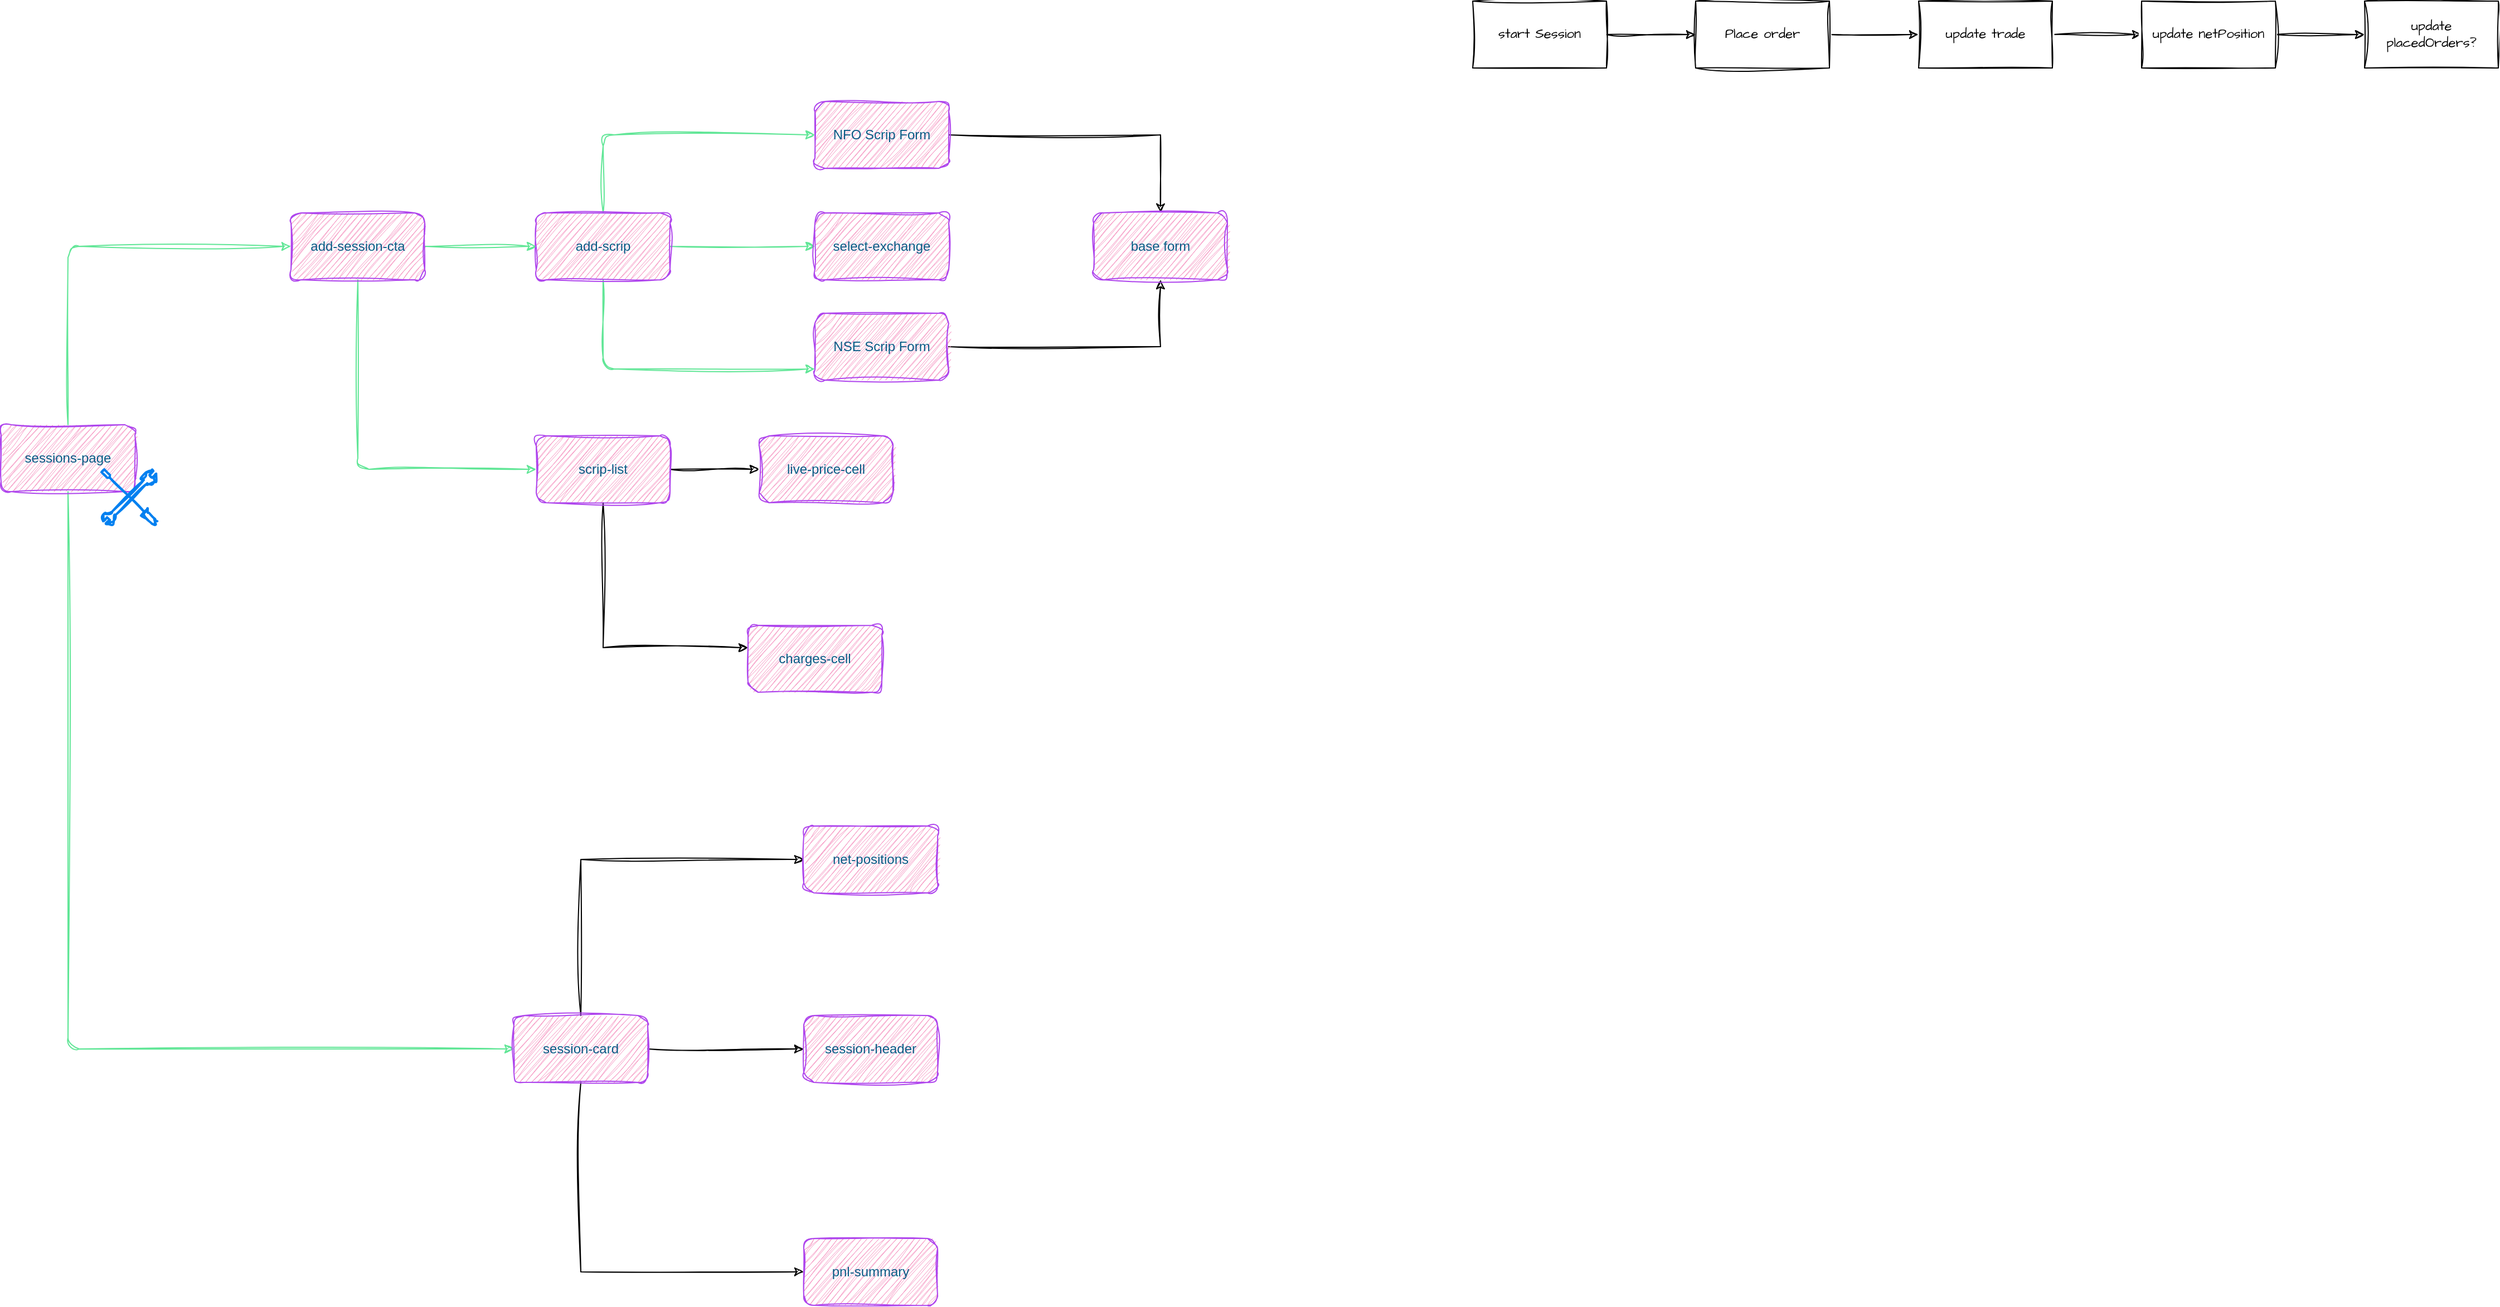
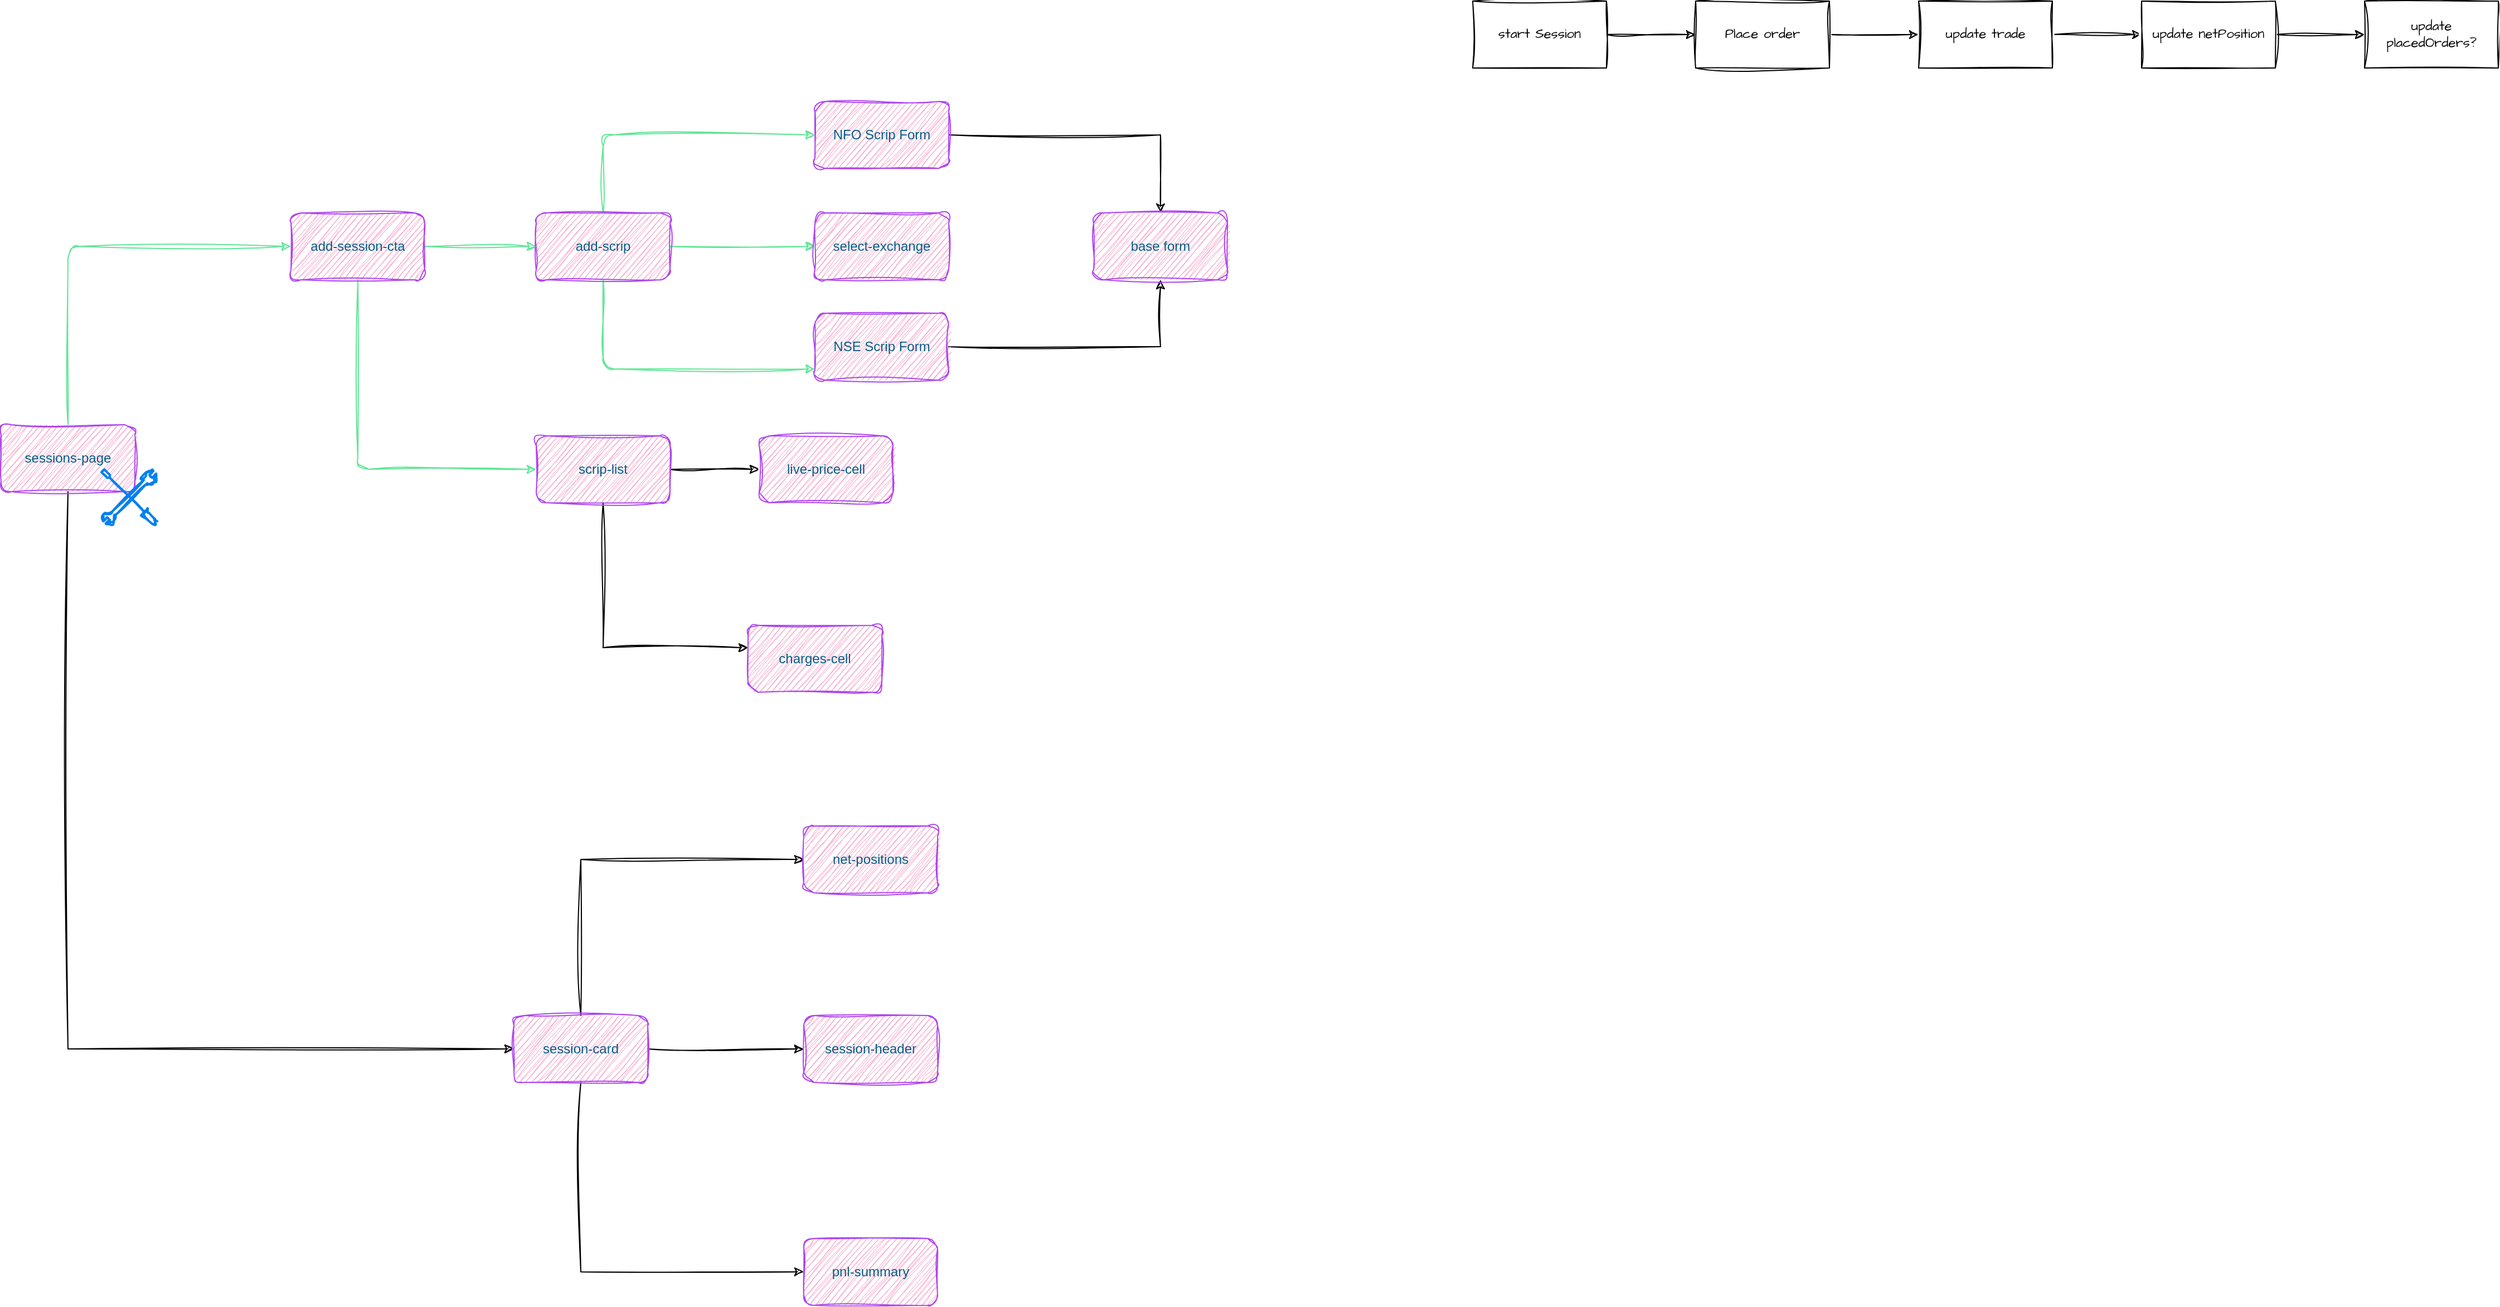
<mxfile host="app.diagrams.net" pages="5">
  <diagram id="wPQbEJP3DVO_ncDqMHqx" name="Sessions Page">
-     <mxGraphModel dx="2640" dy="1363" grid="1" gridSize="10" guides="1" tooltips="1" connect="1" arrows="1" fold="1" page="0" pageScale="1" pageWidth="402" pageHeight="874" math="0" shadow="0">
+     <mxGraphModel dx="2975" dy="1538" grid="1" gridSize="10" guides="1" tooltips="1" connect="1" arrows="1" fold="1" page="0" pageScale="1" pageWidth="402" pageHeight="874" math="0" shadow="0">
      <root>
        <mxCell id="0" />
        <mxCell id="1" parent="0" />
        <mxCell id="DB1AKVm6qyutKQlFYAWD-6" edge="1" parent="1" source="DB1AKVm6qyutKQlFYAWD-1" style="edgeStyle=orthogonalEdgeStyle;rounded=1;orthogonalLoop=1;jettySize=auto;html=1;sketch=1;curveFitting=1;jiggle=2;labelBackgroundColor=none;strokeColor=#60E696;fontColor=default;" target="DB1AKVm6qyutKQlFYAWD-5" value="">
          <mxGeometry relative="1" as="geometry" />
        </mxCell>
        <mxCell id="DB1AKVm6qyutKQlFYAWD-8" edge="1" parent="1" source="DB1AKVm6qyutKQlFYAWD-1" style="edgeStyle=orthogonalEdgeStyle;rounded=1;orthogonalLoop=1;jettySize=auto;html=1;sketch=1;curveFitting=1;jiggle=2;labelBackgroundColor=none;strokeColor=#60E696;fontColor=default;" target="DB1AKVm6qyutKQlFYAWD-7" value="">
          <mxGeometry relative="1" as="geometry">
            <Array as="points">
              <mxPoint x="120" y="270" />
            </Array>
          </mxGeometry>
        </mxCell>
        <mxCell id="DB1AKVm6qyutKQlFYAWD-10" edge="1" parent="1" source="DB1AKVm6qyutKQlFYAWD-1" style="edgeStyle=orthogonalEdgeStyle;rounded=1;orthogonalLoop=1;jettySize=auto;html=1;sketch=1;curveFitting=1;jiggle=2;labelBackgroundColor=none;strokeColor=#60E696;fontColor=default;" target="DB1AKVm6qyutKQlFYAWD-9" value="">
          <mxGeometry relative="1" as="geometry">
            <Array as="points">
              <mxPoint x="120" y="60" />
            </Array>
          </mxGeometry>
        </mxCell>
        <mxCell id="DB1AKVm6qyutKQlFYAWD-1" parent="1" style="rounded=1;whiteSpace=wrap;html=1;sketch=1;curveFitting=1;jiggle=2;labelBackgroundColor=none;fillColor=#F694C1;strokeColor=#AF45ED;fontColor=#095C86;" value="add-scrip" vertex="1">
          <mxGeometry height="60" width="120" x="60" y="130" as="geometry" />
        </mxCell>
        <mxCell id="DB1AKVm6qyutKQlFYAWD-4" edge="1" parent="1" source="DB1AKVm6qyutKQlFYAWD-3" style="edgeStyle=orthogonalEdgeStyle;rounded=1;orthogonalLoop=1;jettySize=auto;html=1;sketch=1;curveFitting=1;jiggle=2;labelBackgroundColor=none;strokeColor=#60E696;fontColor=default;" target="DB1AKVm6qyutKQlFYAWD-1" value="">
          <mxGeometry relative="1" as="geometry" />
        </mxCell>
        <mxCell id="DB1AKVm6qyutKQlFYAWD-12" edge="1" parent="1" source="DB1AKVm6qyutKQlFYAWD-3" style="edgeStyle=orthogonalEdgeStyle;rounded=1;orthogonalLoop=1;jettySize=auto;html=1;sketch=1;curveFitting=1;jiggle=2;labelBackgroundColor=none;strokeColor=#60E696;fontColor=default;" target="DB1AKVm6qyutKQlFYAWD-11" value="">
          <mxGeometry relative="1" as="geometry">
            <Array as="points">
              <mxPoint x="-100" y="360" />
            </Array>
          </mxGeometry>
        </mxCell>
        <mxCell id="DB1AKVm6qyutKQlFYAWD-3" parent="1" style="rounded=1;whiteSpace=wrap;html=1;sketch=1;curveFitting=1;jiggle=2;labelBackgroundColor=none;fillColor=#F694C1;strokeColor=#AF45ED;fontColor=#095C86;" value="add-session-cta" vertex="1">
          <mxGeometry height="60" width="120" x="-160" y="130" as="geometry" />
        </mxCell>
        <mxCell id="DB1AKVm6qyutKQlFYAWD-5" parent="1" style="whiteSpace=wrap;html=1;rounded=1;sketch=1;curveFitting=1;jiggle=2;labelBackgroundColor=none;fillColor=#F694C1;strokeColor=#AF45ED;fontColor=#095C86;" value="select-exchange" vertex="1">
          <mxGeometry height="60" width="120" x="310" y="130" as="geometry" />
        </mxCell>
        <mxCell id="ouMAoqMrmdJ_XqpmxOQB-3" edge="1" parent="1" source="DB1AKVm6qyutKQlFYAWD-7" style="edgeStyle=orthogonalEdgeStyle;rounded=0;sketch=1;hachureGap=4;jiggle=2;curveFitting=1;orthogonalLoop=1;jettySize=auto;html=1;fontFamily=Architects Daughter;fontSource=https%3A%2F%2Ffonts.googleapis.com%2Fcss%3Ffamily%3DArchitects%2BDaughter;" target="ouMAoqMrmdJ_XqpmxOQB-1">
          <mxGeometry relative="1" as="geometry" />
        </mxCell>
        <mxCell id="DB1AKVm6qyutKQlFYAWD-7" parent="1" style="whiteSpace=wrap;html=1;rounded=1;sketch=1;curveFitting=1;jiggle=2;labelBackgroundColor=none;fillColor=#F694C1;strokeColor=#AF45ED;fontColor=#095C86;" value="NSE Scrip Form" vertex="1">
          <mxGeometry height="60" width="120" x="310" y="220" as="geometry" />
        </mxCell>
        <mxCell id="ouMAoqMrmdJ_XqpmxOQB-2" edge="1" parent="1" source="DB1AKVm6qyutKQlFYAWD-9" style="edgeStyle=orthogonalEdgeStyle;rounded=0;sketch=1;hachureGap=4;jiggle=2;curveFitting=1;orthogonalLoop=1;jettySize=auto;html=1;fontFamily=Architects Daughter;fontSource=https%3A%2F%2Ffonts.googleapis.com%2Fcss%3Ffamily%3DArchitects%2BDaughter;" target="ouMAoqMrmdJ_XqpmxOQB-1" value="">
          <mxGeometry relative="1" as="geometry" />
        </mxCell>
        <mxCell id="DB1AKVm6qyutKQlFYAWD-9" parent="1" style="whiteSpace=wrap;html=1;rounded=1;sketch=1;curveFitting=1;jiggle=2;labelBackgroundColor=none;fillColor=#F694C1;strokeColor=#AF45ED;fontColor=#095C86;" value="NFO Scrip Form" vertex="1">
          <mxGeometry height="60" width="120" x="310" y="30" as="geometry" />
        </mxCell>
        <mxCell id="ouMAoqMrmdJ_XqpmxOQB-15" edge="1" parent="1" source="DB1AKVm6qyutKQlFYAWD-11" style="edgeStyle=orthogonalEdgeStyle;rounded=0;sketch=1;hachureGap=4;jiggle=2;curveFitting=1;orthogonalLoop=1;jettySize=auto;html=1;fontFamily=Architects Daughter;fontSource=https%3A%2F%2Ffonts.googleapis.com%2Fcss%3Ffamily%3DArchitects%2BDaughter;" target="ouMAoqMrmdJ_XqpmxOQB-14" value="">
          <mxGeometry relative="1" as="geometry" />
        </mxCell>
        <mxCell id="ouMAoqMrmdJ_XqpmxOQB-17" edge="1" parent="1" source="DB1AKVm6qyutKQlFYAWD-11" style="edgeStyle=orthogonalEdgeStyle;rounded=0;sketch=1;hachureGap=4;jiggle=2;curveFitting=1;orthogonalLoop=1;jettySize=auto;html=1;fontFamily=Architects Daughter;fontSource=https%3A%2F%2Ffonts.googleapis.com%2Fcss%3Ffamily%3DArchitects%2BDaughter;" target="ouMAoqMrmdJ_XqpmxOQB-16" value="">
          <mxGeometry relative="1" as="geometry">
            <Array as="points">
              <mxPoint x="120" y="520" />
            </Array>
          </mxGeometry>
        </mxCell>
        <mxCell id="DB1AKVm6qyutKQlFYAWD-11" parent="1" style="whiteSpace=wrap;html=1;rounded=1;sketch=1;curveFitting=1;jiggle=2;labelBackgroundColor=none;fillColor=#F694C1;strokeColor=#AF45ED;fontColor=#095C86;" value="scrip-list" vertex="1">
          <mxGeometry height="60" width="120" x="60" y="330" as="geometry" />
        </mxCell>
        <mxCell id="DB1AKVm6qyutKQlFYAWD-15" edge="1" parent="1" source="DB1AKVm6qyutKQlFYAWD-14" style="edgeStyle=orthogonalEdgeStyle;rounded=1;sketch=1;hachureGap=4;jiggle=2;curveFitting=1;orthogonalLoop=1;jettySize=auto;html=1;entryX=0;entryY=0.5;entryDx=0;entryDy=0;strokeColor=#60E696;fontFamily=Architects Daughter;fontSource=https%3A%2F%2Ffonts.googleapis.com%2Fcss%3Ffamily%3DArchitects%2BDaughter;fontColor=#095C86;fillColor=#F694C1;" target="DB1AKVm6qyutKQlFYAWD-3">
          <mxGeometry relative="1" as="geometry">
            <Array as="points">
              <mxPoint x="-360" y="160" />
            </Array>
          </mxGeometry>
        </mxCell>
-         <mxCell id="DB1AKVm6qyutKQlFYAWD-18" edge="1" parent="1" source="DB1AKVm6qyutKQlFYAWD-14" style="edgeStyle=orthogonalEdgeStyle;rounded=1;sketch=1;hachureGap=4;jiggle=2;curveFitting=1;orthogonalLoop=1;jettySize=auto;html=1;entryX=0;entryY=0.5;entryDx=0;entryDy=0;strokeColor=#60E696;fontFamily=Architects Daughter;fontSource=https%3A%2F%2Ffonts.googleapis.com%2Fcss%3Ffamily%3DArchitects%2BDaughter;fontColor=#095C86;fillColor=#F694C1;" target="ouMAoqMrmdJ_XqpmxOQB-19">
+         <mxCell id="ouMAoqMrmdJ_XqpmxOQB-28" edge="1" parent="1" source="DB1AKVm6qyutKQlFYAWD-14" style="edgeStyle=orthogonalEdgeStyle;rounded=0;sketch=1;hachureGap=4;jiggle=2;curveFitting=1;orthogonalLoop=1;jettySize=auto;html=1;entryX=0;entryY=0.5;entryDx=0;entryDy=0;fontFamily=Architects Daughter;fontSource=https%3A%2F%2Ffonts.googleapis.com%2Fcss%3Ffamily%3DArchitects%2BDaughter;" target="ouMAoqMrmdJ_XqpmxOQB-19">
          <mxGeometry relative="1" as="geometry">
            <Array as="points">
              <mxPoint x="-360" y="880" />
            </Array>
-             <mxPoint x="-160" y="880" as="targetPoint" />
          </mxGeometry>
        </mxCell>
        <mxCell id="DB1AKVm6qyutKQlFYAWD-14" parent="1" style="rounded=1;whiteSpace=wrap;html=1;sketch=1;curveFitting=1;jiggle=2;labelBackgroundColor=none;fillColor=#F694C1;strokeColor=#AF45ED;fontColor=#095C86;" value="sessions-page" vertex="1">
          <mxGeometry height="60" width="120" x="-420" y="320" as="geometry" />
        </mxCell>
        <mxCell id="ouMAoqMrmdJ_XqpmxOQB-1" parent="1" style="whiteSpace=wrap;html=1;fillColor=#F694C1;strokeColor=#AF45ED;fontColor=#095C86;rounded=1;sketch=1;curveFitting=1;jiggle=2;labelBackgroundColor=none;" value="base form" vertex="1">
          <mxGeometry height="60" width="120" x="560" y="130" as="geometry" />
        </mxCell>
        <mxCell id="ouMAoqMrmdJ_XqpmxOQB-6" edge="1" parent="1" source="ouMAoqMrmdJ_XqpmxOQB-4" style="edgeStyle=orthogonalEdgeStyle;rounded=0;sketch=1;hachureGap=4;jiggle=2;curveFitting=1;orthogonalLoop=1;jettySize=auto;html=1;fontFamily=Architects Daughter;fontSource=https%3A%2F%2Ffonts.googleapis.com%2Fcss%3Ffamily%3DArchitects%2BDaughter;" target="ouMAoqMrmdJ_XqpmxOQB-5" value="">
          <mxGeometry relative="1" as="geometry" />
        </mxCell>
        <mxCell id="ouMAoqMrmdJ_XqpmxOQB-4" parent="1" style="whiteSpace=wrap;html=1;sketch=1;hachureGap=4;jiggle=2;curveFitting=1;fontFamily=Architects Daughter;fontSource=https%3A%2F%2Ffonts.googleapis.com%2Fcss%3Ffamily%3DArchitects%2BDaughter;" value="start Session" vertex="1">
          <mxGeometry height="60" width="120" x="900" y="-60" as="geometry" />
        </mxCell>
        <mxCell id="ouMAoqMrmdJ_XqpmxOQB-8" edge="1" parent="1" source="ouMAoqMrmdJ_XqpmxOQB-5" style="edgeStyle=orthogonalEdgeStyle;rounded=0;sketch=1;hachureGap=4;jiggle=2;curveFitting=1;orthogonalLoop=1;jettySize=auto;html=1;fontFamily=Architects Daughter;fontSource=https%3A%2F%2Ffonts.googleapis.com%2Fcss%3Ffamily%3DArchitects%2BDaughter;" target="ouMAoqMrmdJ_XqpmxOQB-7" value="">
          <mxGeometry relative="1" as="geometry" />
        </mxCell>
        <mxCell id="ouMAoqMrmdJ_XqpmxOQB-5" parent="1" style="whiteSpace=wrap;html=1;fontFamily=Architects Daughter;sketch=1;hachureGap=4;jiggle=2;curveFitting=1;fontSource=https%3A%2F%2Ffonts.googleapis.com%2Fcss%3Ffamily%3DArchitects%2BDaughter;" value="Place order" vertex="1">
          <mxGeometry height="60" width="120" x="1100" y="-60" as="geometry" />
        </mxCell>
        <mxCell id="ouMAoqMrmdJ_XqpmxOQB-10" edge="1" parent="1" source="ouMAoqMrmdJ_XqpmxOQB-7" style="edgeStyle=orthogonalEdgeStyle;rounded=0;sketch=1;hachureGap=4;jiggle=2;curveFitting=1;orthogonalLoop=1;jettySize=auto;html=1;fontFamily=Architects Daughter;fontSource=https%3A%2F%2Ffonts.googleapis.com%2Fcss%3Ffamily%3DArchitects%2BDaughter;" target="ouMAoqMrmdJ_XqpmxOQB-9" value="">
          <mxGeometry relative="1" as="geometry" />
        </mxCell>
        <mxCell id="ouMAoqMrmdJ_XqpmxOQB-7" parent="1" style="whiteSpace=wrap;html=1;fontFamily=Architects Daughter;sketch=1;hachureGap=4;jiggle=2;curveFitting=1;fontSource=https%3A%2F%2Ffonts.googleapis.com%2Fcss%3Ffamily%3DArchitects%2BDaughter;" value="update trade" vertex="1">
          <mxGeometry height="60" width="120" x="1300" y="-60" as="geometry" />
        </mxCell>
        <mxCell id="ouMAoqMrmdJ_XqpmxOQB-12" edge="1" parent="1" source="ouMAoqMrmdJ_XqpmxOQB-9" style="edgeStyle=orthogonalEdgeStyle;rounded=0;sketch=1;hachureGap=4;jiggle=2;curveFitting=1;orthogonalLoop=1;jettySize=auto;html=1;fontFamily=Architects Daughter;fontSource=https%3A%2F%2Ffonts.googleapis.com%2Fcss%3Ffamily%3DArchitects%2BDaughter;" target="ouMAoqMrmdJ_XqpmxOQB-11" value="">
          <mxGeometry relative="1" as="geometry" />
        </mxCell>
        <mxCell id="ouMAoqMrmdJ_XqpmxOQB-9" parent="1" style="whiteSpace=wrap;html=1;fontFamily=Architects Daughter;sketch=1;hachureGap=4;jiggle=2;curveFitting=1;fontSource=https%3A%2F%2Ffonts.googleapis.com%2Fcss%3Ffamily%3DArchitects%2BDaughter;" value="update netPosition" vertex="1">
          <mxGeometry height="60" width="120" x="1500" y="-60" as="geometry" />
        </mxCell>
        <mxCell id="ouMAoqMrmdJ_XqpmxOQB-11" parent="1" style="whiteSpace=wrap;html=1;fontFamily=Architects Daughter;sketch=1;hachureGap=4;jiggle=2;curveFitting=1;fontSource=https%3A%2F%2Ffonts.googleapis.com%2Fcss%3Ffamily%3DArchitects%2BDaughter;" value="update placedOrders?" vertex="1">
          <mxGeometry height="60" width="120" x="1700" y="-60" as="geometry" />
        </mxCell>
        <mxCell id="ouMAoqMrmdJ_XqpmxOQB-13" parent="1" style="html=1;verticalLabelPosition=bottom;align=center;labelBackgroundColor=#ffffff;verticalAlign=top;strokeWidth=2;strokeColor=#0080F0;shadow=0;dashed=0;shape=mxgraph.ios7.icons.tools;pointerEvents=1;sketch=1;hachureGap=4;jiggle=2;curveFitting=1;fontFamily=Architects Daughter;fontSource=https%3A%2F%2Ffonts.googleapis.com%2Fcss%3Ffamily%3DArchitects%2BDaughter;" value="" vertex="1">
          <mxGeometry height="50" width="50" x="-330" y="360" as="geometry" />
        </mxCell>
        <mxCell id="ouMAoqMrmdJ_XqpmxOQB-14" parent="1" style="whiteSpace=wrap;html=1;fillColor=#F694C1;strokeColor=#AF45ED;fontColor=#095C86;rounded=1;sketch=1;curveFitting=1;jiggle=2;labelBackgroundColor=none;" value="live-price-cell" vertex="1">
          <mxGeometry height="60" width="120" x="260" y="330" as="geometry" />
        </mxCell>
        <mxCell id="ouMAoqMrmdJ_XqpmxOQB-16" parent="1" style="whiteSpace=wrap;html=1;fillColor=#F694C1;strokeColor=#AF45ED;fontColor=#095C86;rounded=1;sketch=1;curveFitting=1;jiggle=2;labelBackgroundColor=none;" value="charges-cell" vertex="1">
          <mxGeometry height="60" width="120" x="250" y="500" as="geometry" />
        </mxCell>
        <mxCell id="ouMAoqMrmdJ_XqpmxOQB-22" edge="1" parent="1" source="ouMAoqMrmdJ_XqpmxOQB-19" style="edgeStyle=orthogonalEdgeStyle;rounded=0;sketch=1;hachureGap=4;jiggle=2;curveFitting=1;orthogonalLoop=1;jettySize=auto;html=1;fontFamily=Architects Daughter;fontSource=https%3A%2F%2Ffonts.googleapis.com%2Fcss%3Ffamily%3DArchitects%2BDaughter;" target="ouMAoqMrmdJ_XqpmxOQB-21" value="">
          <mxGeometry relative="1" as="geometry" />
        </mxCell>
        <mxCell id="ouMAoqMrmdJ_XqpmxOQB-25" edge="1" parent="1" source="ouMAoqMrmdJ_XqpmxOQB-19" style="edgeStyle=orthogonalEdgeStyle;rounded=0;sketch=1;hachureGap=4;jiggle=2;curveFitting=1;orthogonalLoop=1;jettySize=auto;html=1;entryX=0;entryY=0.5;entryDx=0;entryDy=0;fontFamily=Architects Daughter;fontSource=https%3A%2F%2Ffonts.googleapis.com%2Fcss%3Ffamily%3DArchitects%2BDaughter;" target="ouMAoqMrmdJ_XqpmxOQB-23">
          <mxGeometry relative="1" as="geometry">
            <Array as="points">
              <mxPoint x="100" y="710" />
            </Array>
          </mxGeometry>
        </mxCell>
        <mxCell id="ouMAoqMrmdJ_XqpmxOQB-27" edge="1" parent="1" source="ouMAoqMrmdJ_XqpmxOQB-19" style="edgeStyle=orthogonalEdgeStyle;rounded=0;sketch=1;hachureGap=4;jiggle=2;curveFitting=1;orthogonalLoop=1;jettySize=auto;html=1;fontFamily=Architects Daughter;fontSource=https%3A%2F%2Ffonts.googleapis.com%2Fcss%3Ffamily%3DArchitects%2BDaughter;" target="ouMAoqMrmdJ_XqpmxOQB-26" value="">
          <mxGeometry relative="1" as="geometry">
            <Array as="points">
              <mxPoint x="100" y="1080" />
            </Array>
          </mxGeometry>
        </mxCell>
        <mxCell id="ouMAoqMrmdJ_XqpmxOQB-19" parent="1" style="whiteSpace=wrap;html=1;fillColor=#F694C1;strokeColor=#AF45ED;fontColor=#095C86;rounded=1;sketch=1;curveFitting=1;jiggle=2;labelBackgroundColor=none;" value="session-card" vertex="1">
          <mxGeometry height="60" width="120" x="40" y="850" as="geometry" />
        </mxCell>
        <mxCell id="ouMAoqMrmdJ_XqpmxOQB-21" parent="1" style="whiteSpace=wrap;html=1;fillColor=#F694C1;strokeColor=#AF45ED;fontColor=#095C86;rounded=1;sketch=1;curveFitting=1;jiggle=2;labelBackgroundColor=none;" value="session-header" vertex="1">
          <mxGeometry height="60" width="120" x="300" y="850" as="geometry" />
        </mxCell>
        <mxCell id="ouMAoqMrmdJ_XqpmxOQB-23" parent="1" style="whiteSpace=wrap;html=1;fillColor=#F694C1;strokeColor=#AF45ED;fontColor=#095C86;rounded=1;sketch=1;curveFitting=1;jiggle=2;labelBackgroundColor=none;" value="net-positions" vertex="1">
          <mxGeometry height="60" width="120" x="300" y="680" as="geometry" />
        </mxCell>
        <mxCell id="ouMAoqMrmdJ_XqpmxOQB-26" parent="1" style="whiteSpace=wrap;html=1;fillColor=#F694C1;strokeColor=#AF45ED;fontColor=#095C86;rounded=1;sketch=1;curveFitting=1;jiggle=2;labelBackgroundColor=none;" value="pnl-summary" vertex="1">
          <mxGeometry height="60" width="120" x="300" y="1050" as="geometry" />
        </mxCell>
      </root>
    </mxGraphModel>
  </diagram>
  <diagram id="YVkBlKKJ4RNEtawBKbZk" name="Session">
    <mxGraphModel dx="1357" dy="626" grid="1" gridSize="10" guides="1" tooltips="1" connect="1" arrows="1" fold="1" page="0" pageScale="1" pageWidth="402" pageHeight="874" math="0" shadow="0">
      <root>
        <mxCell id="0" />
        <mxCell id="1" parent="0" />
        <mxCell id="b8iQl_XISdQ6rZ6kNcMQ-3" edge="1" parent="1" source="b8iQl_XISdQ6rZ6kNcMQ-1" style="edgeStyle=orthogonalEdgeStyle;rounded=0;orthogonalLoop=1;jettySize=auto;html=1;" target="b8iQl_XISdQ6rZ6kNcMQ-2" value="">
          <mxGeometry relative="1" as="geometry" />
        </mxCell>
        <mxCell id="b8iQl_XISdQ6rZ6kNcMQ-1" parent="1" style="rounded=1;whiteSpace=wrap;html=1;" value="start session" vertex="1">
          <mxGeometry height="60" width="120" x="-200" y="80" as="geometry" />
        </mxCell>
        <mxCell id="b8iQl_XISdQ6rZ6kNcMQ-5" edge="1" parent="1" source="b8iQl_XISdQ6rZ6kNcMQ-2" style="edgeStyle=orthogonalEdgeStyle;rounded=0;orthogonalLoop=1;jettySize=auto;html=1;" target="b8iQl_XISdQ6rZ6kNcMQ-4" value="">
          <mxGeometry relative="1" as="geometry" />
        </mxCell>
        <mxCell id="b8iQl_XISdQ6rZ6kNcMQ-2" parent="1" style="whiteSpace=wrap;html=1;rounded=1;" value="place orders&amp;nbsp;&lt;br&gt;(all or none)" vertex="1">
          <mxGeometry height="60" width="120" y="80" as="geometry" />
        </mxCell>
        <mxCell id="b8iQl_XISdQ6rZ6kNcMQ-7" edge="1" parent="1" source="b8iQl_XISdQ6rZ6kNcMQ-4" style="edgeStyle=orthogonalEdgeStyle;rounded=0;orthogonalLoop=1;jettySize=auto;html=1;" target="b8iQl_XISdQ6rZ6kNcMQ-6" value="">
          <mxGeometry relative="1" as="geometry" />
        </mxCell>
        <mxCell id="b8iQl_XISdQ6rZ6kNcMQ-4" parent="1" style="whiteSpace=wrap;html=1;rounded=1;" value="update margins" vertex="1">
          <mxGeometry height="60" width="120" x="200" y="80" as="geometry" />
        </mxCell>
        <mxCell id="b8iQl_XISdQ6rZ6kNcMQ-6" parent="1" style="whiteSpace=wrap;html=1;rounded=1;" value="create session" vertex="1">
          <mxGeometry height="60" width="120" x="200" y="200" as="geometry" />
        </mxCell>
        <mxCell id="b8iQl_XISdQ6rZ6kNcMQ-8" parent="1" style="rounded=1;whiteSpace=wrap;html=1;fillColor=#fff2cc;strokeColor=#d6b656;" value="firebase" vertex="1">
          <mxGeometry height="40" width="80" x="300" y="190" as="geometry" />
        </mxCell>
        <mxCell id="b8iQl_XISdQ6rZ6kNcMQ-9" parent="1" style="rounded=1;whiteSpace=wrap;html=1;fillColor=#fff2cc;strokeColor=#d6b656;" value="kite" vertex="1">
          <mxGeometry height="40" width="80" x="80" y="50" as="geometry" />
        </mxCell>
        <mxCell id="b8iQl_XISdQ6rZ6kNcMQ-10" parent="1" style="rounded=1;whiteSpace=wrap;html=1;fillColor=#fff2cc;strokeColor=#d6b656;" value="firebase" vertex="1">
          <mxGeometry height="40" width="80" x="290" y="60" as="geometry" />
        </mxCell>
      </root>
    </mxGraphModel>
  </diagram>
  <diagram id="4KjMPYYtLXdBkkJX1B08" name="Auth">
    <mxGraphModel dx="1276" dy="835" grid="0" gridSize="10" guides="1" tooltips="1" connect="1" arrows="1" fold="1" page="0" pageScale="1" pageWidth="402" pageHeight="874" math="0" shadow="0">
      <root>
        <mxCell id="0" />
        <mxCell id="1" parent="0" />
        <mxCell id="pPH6oVQiPgVcm9OUePWL-3" edge="1" parent="1" source="pPH6oVQiPgVcm9OUePWL-1" style="edgeStyle=orthogonalEdgeStyle;rounded=0;orthogonalLoop=1;jettySize=auto;html=1;" target="pPH6oVQiPgVcm9OUePWL-2" value="">
          <mxGeometry relative="1" as="geometry" />
        </mxCell>
        <mxCell id="pPH6oVQiPgVcm9OUePWL-1" parent="1" style="rounded=1;whiteSpace=wrap;html=1;" value="User clicks &quot;Login&quot; Button" vertex="1">
          <mxGeometry height="60" width="120" x="23" y="101" as="geometry" />
        </mxCell>
        <mxCell id="pPH6oVQiPgVcm9OUePWL-5" edge="1" parent="1" source="pPH6oVQiPgVcm9OUePWL-2" style="edgeStyle=orthogonalEdgeStyle;rounded=0;orthogonalLoop=1;jettySize=auto;html=1;" target="pPH6oVQiPgVcm9OUePWL-4" value="">
          <mxGeometry relative="1" as="geometry" />
        </mxCell>
        <mxCell id="pPH6oVQiPgVcm9OUePWL-2" parent="1" style="whiteSpace=wrap;html=1;rounded=1;" value="Open the Login URL" vertex="1">
          <mxGeometry height="60" width="120" x="223" y="101" as="geometry" />
        </mxCell>
        <mxCell id="pPH6oVQiPgVcm9OUePWL-7" edge="1" parent="1" source="pPH6oVQiPgVcm9OUePWL-4" style="edgeStyle=orthogonalEdgeStyle;rounded=0;orthogonalLoop=1;jettySize=auto;html=1;" target="pPH6oVQiPgVcm9OUePWL-6" value="">
          <mxGeometry relative="1" as="geometry" />
        </mxCell>
        <mxCell id="pPH6oVQiPgVcm9OUePWL-4" parent="1" style="whiteSpace=wrap;html=1;rounded=1;" value="User logins to Zerodha" vertex="1">
          <mxGeometry height="60" width="120" x="423" y="101" as="geometry" />
        </mxCell>
        <mxCell id="pPH6oVQiPgVcm9OUePWL-9" edge="1" parent="1" source="pPH6oVQiPgVcm9OUePWL-6" style="edgeStyle=orthogonalEdgeStyle;rounded=0;orthogonalLoop=1;jettySize=auto;html=1;" target="pPH6oVQiPgVcm9OUePWL-8" value="">
          <mxGeometry relative="1" as="geometry" />
        </mxCell>
        <mxCell id="pPH6oVQiPgVcm9OUePWL-6" parent="1" style="whiteSpace=wrap;html=1;rounded=1;" value="Redirected to callback URL with request_token&lt;br&gt;&lt;b&gt;http://localhost:3000/api/auth/kite/callback&lt;/b&gt;" vertex="1">
          <mxGeometry height="60" width="262" x="352" y="244" as="geometry" />
        </mxCell>
        <mxCell id="pPH6oVQiPgVcm9OUePWL-13" edge="1" parent="1" source="pPH6oVQiPgVcm9OUePWL-8" style="edgeStyle=orthogonalEdgeStyle;rounded=0;orthogonalLoop=1;jettySize=auto;html=1;" target="pPH6oVQiPgVcm9OUePWL-12" value="">
          <mxGeometry relative="1" as="geometry" />
        </mxCell>
        <mxCell id="pPH6oVQiPgVcm9OUePWL-8" parent="1" style="whiteSpace=wrap;html=1;rounded=1;" value="In loader for this route, generate the session" vertex="1">
          <mxGeometry height="60" width="120" x="17" y="244" as="geometry" />
        </mxCell>
        <mxCell id="pPH6oVQiPgVcm9OUePWL-15" edge="1" parent="1" source="pPH6oVQiPgVcm9OUePWL-12" style="edgeStyle=orthogonalEdgeStyle;rounded=0;orthogonalLoop=1;jettySize=auto;html=1;" target="pPH6oVQiPgVcm9OUePWL-14" value="">
          <mxGeometry relative="1" as="geometry" />
        </mxCell>
        <mxCell id="pPH6oVQiPgVcm9OUePWL-12" parent="1" style="whiteSpace=wrap;html=1;rounded=1;" value="Serialize and save the access token in cookie" vertex="1">
          <mxGeometry height="60" width="120" x="17" y="384" as="geometry" />
        </mxCell>
        <mxCell id="pPH6oVQiPgVcm9OUePWL-17" edge="1" parent="1" source="pPH6oVQiPgVcm9OUePWL-14" style="edgeStyle=orthogonalEdgeStyle;rounded=0;orthogonalLoop=1;jettySize=auto;html=1;" target="pPH6oVQiPgVcm9OUePWL-16" value="">
          <mxGeometry relative="1" as="geometry" />
        </mxCell>
        <mxCell id="pPH6oVQiPgVcm9OUePWL-14" parent="1" style="whiteSpace=wrap;html=1;rounded=1;" value="redirect to /dashboard" vertex="1">
          <mxGeometry height="60" width="120" x="217" y="384" as="geometry" />
        </mxCell>
        <mxCell id="pPH6oVQiPgVcm9OUePWL-19" edge="1" parent="1" source="pPH6oVQiPgVcm9OUePWL-16" style="edgeStyle=orthogonalEdgeStyle;rounded=0;orthogonalLoop=1;jettySize=auto;html=1;" target="pPH6oVQiPgVcm9OUePWL-18" value="">
          <mxGeometry relative="1" as="geometry" />
        </mxCell>
        <mxCell id="pPH6oVQiPgVcm9OUePWL-16" parent="1" style="whiteSpace=wrap;html=1;rounded=1;" value="in dashboard loader, get the access token from the cookie and send it to client" vertex="1">
          <mxGeometry height="60" width="120" x="417" y="384" as="geometry" />
        </mxCell>
        <mxCell id="pPH6oVQiPgVcm9OUePWL-21" edge="1" parent="1" source="pPH6oVQiPgVcm9OUePWL-18" style="edgeStyle=orthogonalEdgeStyle;rounded=0;orthogonalLoop=1;jettySize=auto;html=1;" target="pPH6oVQiPgVcm9OUePWL-20" value="">
          <mxGeometry relative="1" as="geometry" />
        </mxCell>
        <mxCell id="pPH6oVQiPgVcm9OUePWL-18" parent="1" style="whiteSpace=wrap;html=1;rounded=1;" value="front-end creates the kc client with api_key and access_token.&amp;nbsp;&amp;nbsp;" vertex="1">
          <mxGeometry height="60" width="120" x="617" y="384" as="geometry" />
        </mxCell>
        <mxCell id="pPH6oVQiPgVcm9OUePWL-20" parent="1" style="whiteSpace=wrap;html=1;rounded=1;" value="use kc client for calling Kite APIs" vertex="1">
          <mxGeometry height="60" width="120" x="617" y="524" as="geometry" />
        </mxCell>
      </root>
    </mxGraphModel>
  </diagram>
  <diagram name="UI/UX" id="5MV4RERJIjpIYta4IkZD">
    <mxGraphModel dx="3134" dy="2189" grid="0" gridSize="10" guides="1" tooltips="1" connect="1" arrows="1" fold="1" page="0" pageScale="1" pageWidth="402" pageHeight="874" background="#ffffff" math="0" shadow="0">
      <root>
        <mxCell id="0" />
        <mxCell id="1" parent="0" />
        <mxCell id="ExlUUjPYo0Ii6ma58Pc_-14" parent="1" style="rounded=1;whiteSpace=wrap;html=1;" value="" vertex="1">
          <mxGeometry height="321" width="1097" x="-296" y="-20" as="geometry" />
        </mxCell>
        <mxCell id="ExlUUjPYo0Ii6ma58Pc_-13" parent="1" style="rounded=1;whiteSpace=wrap;html=1;" value="" vertex="1">
          <mxGeometry height="321" width="1097" x="-287" y="732" as="geometry" />
        </mxCell>
        <mxCell id="iMmVTYed4h1aN_pzg3ix-1" parent="1" style="text;html=1;whiteSpace=wrap;strokeColor=none;fillColor=none;align=center;verticalAlign=middle;rounded=0;fontStyle=1;fontSize=48;fontColor=light-dark(#7a7978, #ededed);" value="Net Qty." vertex="1">
          <mxGeometry height="59" width="60" x="-120" y="72" as="geometry" />
        </mxCell>
        <mxCell id="iMmVTYed4h1aN_pzg3ix-2" parent="1" style="text;html=1;whiteSpace=wrap;strokeColor=none;fillColor=none;align=center;verticalAlign=middle;rounded=0;fontStyle=1;fontSize=48;fontColor=light-dark(#7a7978, #ededed);" value="AVG. PRICE" vertex="1">
          <mxGeometry height="59" width="60" x="149" y="61" as="geometry" />
        </mxCell>
        <mxCell id="iMmVTYed4h1aN_pzg3ix-3" parent="1" style="text;html=1;whiteSpace=wrap;strokeColor=none;fillColor=none;align=center;verticalAlign=middle;rounded=0;fontStyle=1;fontSize=48;fontColor=light-dark(#7a7978, #ededed);" value="LTP" vertex="1">
          <mxGeometry height="59" width="60" x="418" y="61" as="geometry" />
        </mxCell>
        <mxCell id="iMmVTYed4h1aN_pzg3ix-4" parent="1" style="text;html=1;whiteSpace=wrap;strokeColor=none;fillColor=none;align=center;verticalAlign=middle;rounded=0;fontStyle=1;fontSize=48;fontColor=light-dark(#7a7978, #ededed);" value="PnL" vertex="1">
          <mxGeometry height="59" width="60" x="687" y="61" as="geometry" />
        </mxCell>
        <mxCell id="iMmVTYed4h1aN_pzg3ix-5" parent="1" style="text;html=1;whiteSpace=wrap;strokeColor=none;fillColor=none;align=center;verticalAlign=middle;rounded=0;fontSize=36;fontStyle=1" value="100" vertex="1">
          <mxGeometry height="30" width="60" x="-120" y="211" as="geometry" />
        </mxCell>
        <mxCell id="iMmVTYed4h1aN_pzg3ix-6" parent="1" style="text;html=1;whiteSpace=wrap;strokeColor=none;fillColor=none;align=center;verticalAlign=middle;rounded=0;fontSize=36;fontStyle=1" value="36.40" vertex="1">
          <mxGeometry height="30" width="60" x="149" y="211" as="geometry" />
        </mxCell>
        <mxCell id="iMmVTYed4h1aN_pzg3ix-7" parent="1" style="text;html=1;whiteSpace=wrap;strokeColor=none;fillColor=none;align=center;verticalAlign=middle;rounded=0;fontSize=36;fontStyle=1" value="37.45" vertex="1">
          <mxGeometry height="30" width="60" x="418" y="211" as="geometry" />
        </mxCell>
        <mxCell id="iMmVTYed4h1aN_pzg3ix-8" parent="1" style="text;html=1;whiteSpace=wrap;strokeColor=none;fillColor=none;align=center;verticalAlign=middle;rounded=0;fontSize=36;fontStyle=1" value="100" vertex="1">
          <mxGeometry height="30" width="60" x="687" y="211" as="geometry" />
        </mxCell>
        <mxCell id="7si3vGMUa6yKKs87A3T9-2" edge="1" parent="1" source="7si3vGMUa6yKKs87A3T9-1" style="edgeStyle=orthogonalEdgeStyle;rounded=0;orthogonalLoop=1;jettySize=auto;html=1;exitX=0.5;exitY=0;exitDx=0;exitDy=0;entryX=0;entryY=0.5;entryDx=0;entryDy=0;" target="iMmVTYed4h1aN_pzg3ix-5">
          <mxGeometry relative="1" as="geometry">
            <Array as="points">
              <mxPoint x="-283" y="227" />
              <mxPoint x="-139" y="227" />
            </Array>
            <mxPoint x="-139.09090909090924" y="259.27272727272725" as="targetPoint" />
          </mxGeometry>
        </mxCell>
        <mxCell id="7si3vGMUa6yKKs87A3T9-1" parent="1" style="text;html=1;whiteSpace=wrap;strokeColor=none;fillColor=none;align=center;verticalAlign=middle;rounded=0;fontStyle=1" value="Red color if negative, blue color if positive" vertex="1">
          <mxGeometry height="70" width="129" x="-347" y="453" as="geometry" />
        </mxCell>
        <mxCell id="7si3vGMUa6yKKs87A3T9-4" edge="1" parent="1" source="7si3vGMUa6yKKs87A3T9-3" style="edgeStyle=orthogonalEdgeStyle;rounded=0;orthogonalLoop=1;jettySize=auto;html=1;entryX=0.5;entryY=1;entryDx=0;entryDy=0;" target="iMmVTYed4h1aN_pzg3ix-8">
          <mxGeometry relative="1" as="geometry" />
        </mxCell>
        <mxCell id="7si3vGMUa6yKKs87A3T9-3" parent="1" style="text;html=1;whiteSpace=wrap;strokeColor=none;fillColor=none;align=center;verticalAlign=middle;rounded=0;fontStyle=1" value="Red color if negative, blue color if positive" vertex="1">
          <mxGeometry height="70" width="129" x="681" y="398" as="geometry" />
        </mxCell>
        <mxCell id="7si3vGMUa6yKKs87A3T9-5" parent="1" style="text;html=1;whiteSpace=wrap;strokeColor=none;fillColor=none;align=center;verticalAlign=middle;rounded=0;" value="Will receive the following props:&lt;br&gt;netQuantity: number;&lt;br&gt;&lt;div&gt;averagePrice: number&lt;/div&gt;&lt;div&gt;ltp: number;&lt;/div&gt;" vertex="1">
          <mxGeometry height="101" width="203" x="-25" y="355" as="geometry" />
        </mxCell>
        <mxCell id="7si3vGMUa6yKKs87A3T9-6" parent="1" style="text;html=1;whiteSpace=wrap;strokeColor=none;fillColor=none;align=center;verticalAlign=middle;rounded=0;" value="PnL needs to be calculated by the component" vertex="1">
          <mxGeometry height="101" width="203" x="-21" y="482" as="geometry" />
        </mxCell>
        <mxCell id="7si3vGMUa6yKKs87A3T9-7" parent="1" style="text;html=1;whiteSpace=wrap;strokeColor=none;fillColor=none;align=center;verticalAlign=middle;rounded=0;fontStyle=1;fontSize=48;fontColor=light-dark(#7a7978, #ededed);" value="Net Qty." vertex="1">
          <mxGeometry height="59" width="60" x="-186" y="816" as="geometry" />
        </mxCell>
        <mxCell id="7si3vGMUa6yKKs87A3T9-8" parent="1" style="text;html=1;whiteSpace=wrap;strokeColor=none;fillColor=none;align=center;verticalAlign=middle;rounded=0;fontStyle=1;fontSize=48;fontColor=light-dark(#7a7978, #ededed);" value="AVG. PRICE" vertex="1">
          <mxGeometry height="59" width="60" x="83" y="805" as="geometry" />
        </mxCell>
        <mxCell id="7si3vGMUa6yKKs87A3T9-9" parent="1" style="text;html=1;whiteSpace=wrap;strokeColor=none;fillColor=none;align=center;verticalAlign=middle;rounded=0;fontStyle=1;fontSize=48;fontColor=light-dark(#7a7978, #ededed);" value="LTP" vertex="1">
          <mxGeometry height="59" width="60" x="352" y="805" as="geometry" />
        </mxCell>
        <mxCell id="7si3vGMUa6yKKs87A3T9-10" parent="1" style="text;html=1;whiteSpace=wrap;strokeColor=none;fillColor=none;align=center;verticalAlign=middle;rounded=0;fontStyle=1;fontSize=48;fontColor=light-dark(#7a7978, #ededed);" value="PnL" vertex="1">
          <mxGeometry height="59" width="60" x="621" y="805" as="geometry" />
        </mxCell>
        <mxCell id="7si3vGMUa6yKKs87A3T9-11" parent="1" style="text;html=1;whiteSpace=wrap;strokeColor=none;fillColor=none;align=center;verticalAlign=middle;rounded=0;fontSize=18;fontStyle=1" value="{props.netQuantity}" vertex="1">
          <mxGeometry height="30" width="60" x="-186" y="955" as="geometry" />
        </mxCell>
        <mxCell id="7si3vGMUa6yKKs87A3T9-12" parent="1" style="text;html=1;whiteSpace=wrap;strokeColor=none;fillColor=none;align=center;verticalAlign=middle;rounded=0;fontSize=18;fontStyle=1" value="&lt;div&gt;{props.averagePrice}&lt;/div&gt;" vertex="1">
          <mxGeometry height="30" width="60" x="83" y="955" as="geometry" />
        </mxCell>
        <mxCell id="7si3vGMUa6yKKs87A3T9-13" parent="1" style="text;html=1;whiteSpace=wrap;strokeColor=none;fillColor=none;align=center;verticalAlign=middle;rounded=0;fontSize=18;fontStyle=1" value="{props.ltp}" vertex="1">
          <mxGeometry height="30" width="60" x="352" y="955" as="geometry" />
        </mxCell>
        <mxCell id="7si3vGMUa6yKKs87A3T9-14" parent="1" style="text;html=1;whiteSpace=wrap;strokeColor=none;fillColor=none;align=center;verticalAlign=middle;rounded=0;fontSize=18;fontStyle=1" value="{pnl}" vertex="1">
          <mxGeometry height="30" width="60" x="621" y="955" as="geometry" />
        </mxCell>
        <mxCell id="ExlUUjPYo0Ii6ma58Pc_-1" parent="1" style="rounded=1;whiteSpace=wrap;html=1;" value="" vertex="1">
          <mxGeometry height="321" width="1253" x="-202" y="1234" as="geometry" />
        </mxCell>
        <mxCell id="ExlUUjPYo0Ii6ma58Pc_-2" parent="1" style="text;html=1;whiteSpace=wrap;strokeColor=none;fillColor=none;align=center;verticalAlign=middle;rounded=0;fontStyle=1;fontSize=48;fontColor=light-dark(#7a7978, #ededed);" value="Total Margin" vertex="1">
          <mxGeometry height="59" width="168" x="-154" y="1292" as="geometry" />
        </mxCell>
        <mxCell id="ExlUUjPYo0Ii6ma58Pc_-3" parent="1" style="text;html=1;whiteSpace=wrap;strokeColor=none;fillColor=none;align=center;verticalAlign=middle;rounded=0;fontStyle=1;fontSize=48;fontColor=light-dark(#7a7978, #ededed);" value="Utilized Margin" vertex="1">
          <mxGeometry height="59" width="168" x="330" y="1295" as="geometry" />
        </mxCell>
        <mxCell id="ExlUUjPYo0Ii6ma58Pc_-4" parent="1" style="text;html=1;whiteSpace=wrap;strokeColor=none;fillColor=none;align=center;verticalAlign=middle;rounded=0;fontStyle=1;fontSize=48;fontColor=light-dark(#7a7978, #ededed);" value="Net Margin" vertex="1">
          <mxGeometry height="59" width="168" x="813" y="1289" as="geometry" />
        </mxCell>
        <mxCell id="ExlUUjPYo0Ii6ma58Pc_-5" parent="1" style="text;html=1;whiteSpace=wrap;strokeColor=none;fillColor=none;align=center;verticalAlign=middle;rounded=0;fontSize=42;" value="₹2000" vertex="1">
          <mxGeometry height="30" width="60" x="-100" y="1412" as="geometry" />
        </mxCell>
        <mxCell id="ExlUUjPYo0Ii6ma58Pc_-7" parent="1" style="text;html=1;whiteSpace=wrap;strokeColor=none;fillColor=none;align=center;verticalAlign=middle;rounded=0;fontSize=42;" value="₹200" vertex="1">
          <mxGeometry height="30" width="60" x="384" y="1412" as="geometry" />
        </mxCell>
        <mxCell id="ExlUUjPYo0Ii6ma58Pc_-8" parent="1" style="text;html=1;whiteSpace=wrap;strokeColor=none;fillColor=none;align=center;verticalAlign=middle;rounded=0;fontSize=42;" value="₹1800" vertex="1">
          <mxGeometry height="30" width="60" x="867" y="1412" as="geometry" />
        </mxCell>
        <mxCell id="ExlUUjPYo0Ii6ma58Pc_-9" parent="1" style="html=1;shadow=0;dashed=0;shape=mxgraph.bootstrap.rrect;rSize=5;fillColor=#E9ECEF;strokeColor=none;" value="" vertex="1">
          <mxGeometry height="20" width="800" x="24.5" y="1507" as="geometry" />
        </mxCell>
        <mxCell id="ExlUUjPYo0Ii6ma58Pc_-10" parent="ExlUUjPYo0Ii6ma58Pc_-9" style="html=1;shadow=0;dashed=0;shape=mxgraph.bootstrap.leftButton;rSize=5;fillColor=#1CA5B8;strokeColor=none;resizeHeight=1;" value="" vertex="1">
          <mxGeometry height="20" relative="1" width="250" as="geometry" />
        </mxCell>
        <mxCell id="ExlUUjPYo0Ii6ma58Pc_-11" parent="1" style="text;html=1;whiteSpace=wrap;strokeColor=none;fillColor=none;align=center;verticalAlign=middle;rounded=0;fontSize=24;" value="The max value on the progress bar is the total margin and the filled in part is the utilized margin" vertex="1">
          <mxGeometry height="92" width="269" x="175" y="1620" as="geometry" />
        </mxCell>
        <mxCell id="ExlUUjPYo0Ii6ma58Pc_-12" edge="1" parent="1" source="ExlUUjPYo0Ii6ma58Pc_-11" style="edgeStyle=orthogonalEdgeStyle;rounded=0;orthogonalLoop=1;jettySize=auto;html=1;exitX=0.5;exitY=0;exitDx=0;exitDy=0;entryX=0.412;entryY=0.999;entryDx=0;entryDy=0;entryPerimeter=0;" target="ExlUUjPYo0Ii6ma58Pc_-1">
          <mxGeometry relative="1" as="geometry" />
        </mxCell>
      </root>
    </mxGraphModel>
  </diagram>
  <diagram id="dmkDPsUycKQvBsQ4H3Di" name="Kite-Fly-Ticker-Architecture">
    <mxGraphModel dx="1357" dy="626" grid="0" gridSize="10" guides="1" tooltips="1" connect="1" arrows="1" fold="1" page="0" pageScale="1" pageWidth="402" pageHeight="874" math="0" shadow="0">
      <root>
        <mxCell id="0" />
        <mxCell id="1" parent="0" />
        <mxCell id="FDZGNOtkY16CQce4NqAR-3" edge="1" parent="1" source="FDZGNOtkY16CQce4NqAR-1" style="edgeStyle=orthogonalEdgeStyle;rounded=0;orthogonalLoop=1;jettySize=auto;html=1;" target="FDZGNOtkY16CQce4NqAR-2" value="">
          <mxGeometry relative="1" as="geometry" />
        </mxCell>
        <mxCell id="FDZGNOtkY16CQce4NqAR-1" parent="1" style="rounded=1;whiteSpace=wrap;html=1;" value="Client posts a request - for example:&lt;br&gt;&lt;div&gt;&lt;br&gt;&lt;/div&gt;&lt;br&gt;&lt;div&gt;fetch(&quot;http://localhost:3000/api/ltp&quot;, () =&amp;gt; {&lt;/div&gt;&lt;div&gt;method: &quot;POST&quot;,&lt;/div&gt;&lt;div&gt;body: JSON.stringify({&lt;/div&gt;&lt;div&gt;instrument: &quot;WIPRO&quot;,&lt;br&gt;ltp: 128.10&lt;/div&gt;&lt;div&gt;})&lt;/div&gt;&lt;div&gt;})&lt;br&gt;&lt;br&gt;The call is made from another site - for ex. https://kite.zerodha.com&lt;/div&gt;" vertex="1">
          <mxGeometry height="236" width="345" x="-33" y="45" as="geometry" />
        </mxCell>
        <mxCell id="FDZGNOtkY16CQce4NqAR-5" edge="1" parent="1" source="FDZGNOtkY16CQce4NqAR-2" style="edgeStyle=orthogonalEdgeStyle;rounded=0;orthogonalLoop=1;jettySize=auto;html=1;" target="FDZGNOtkY16CQce4NqAR-4" value="">
          <mxGeometry relative="1" as="geometry" />
        </mxCell>
        <mxCell id="FDZGNOtkY16CQce4NqAR-2" parent="1" style="whiteSpace=wrap;html=1;rounded=1;" value="SERVER" vertex="1">
          <mxGeometry height="60" width="120" x="504.5" y="98.5" as="geometry" />
        </mxCell>
        <mxCell id="FDZGNOtkY16CQce4NqAR-8" edge="1" parent="1" source="FDZGNOtkY16CQce4NqAR-4" style="edgeStyle=orthogonalEdgeStyle;rounded=0;orthogonalLoop=1;jettySize=auto;html=1;exitX=0.75;exitY=1;exitDx=0;exitDy=0;entryX=1;entryY=0.75;entryDx=0;entryDy=0;" target="FDZGNOtkY16CQce4NqAR-6">
          <mxGeometry relative="1" as="geometry" />
        </mxCell>
        <mxCell id="FDZGNOtkY16CQce4NqAR-4" parent="1" style="whiteSpace=wrap;html=1;rounded=1;" value="Websocket" vertex="1">
          <mxGeometry height="60" width="120" x="504.5" y="265" as="geometry" />
        </mxCell>
        <mxCell id="FDZGNOtkY16CQce4NqAR-7" edge="1" parent="1" source="FDZGNOtkY16CQce4NqAR-6" style="edgeStyle=orthogonalEdgeStyle;rounded=0;orthogonalLoop=1;jettySize=auto;html=1;entryX=0.5;entryY=1;entryDx=0;entryDy=0;" target="FDZGNOtkY16CQce4NqAR-4">
          <mxGeometry relative="1" as="geometry" />
        </mxCell>
        <mxCell id="FDZGNOtkY16CQce4NqAR-6" parent="1" style="rounded=1;whiteSpace=wrap;html=1;" value="On another client,&lt;div&gt;new Websocket()&lt;/div&gt;// receive the data which is sent from /api/ltp" vertex="1">
          <mxGeometry height="167" width="345" x="1" y="392" as="geometry" />
        </mxCell>
      </root>
    </mxGraphModel>
  </diagram>
</mxfile>
